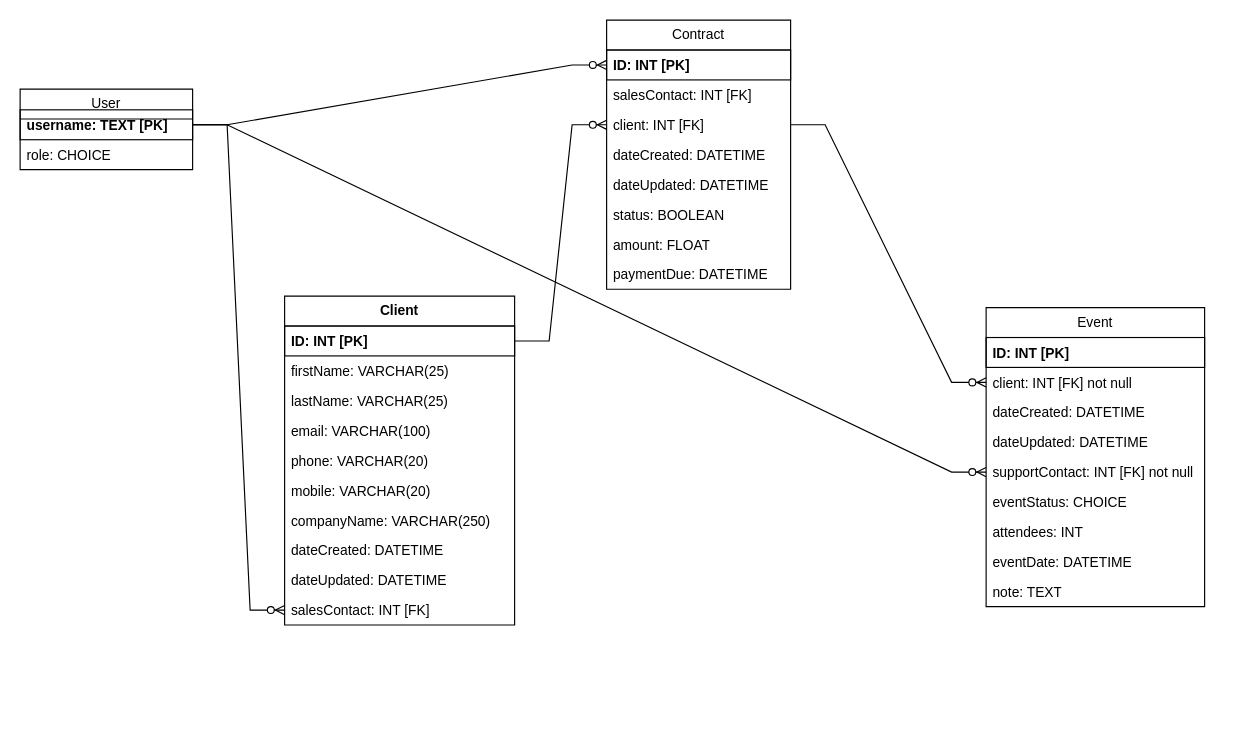
The draw.io diagram Diagramme ER.drawio in gmaOCR/TP12, before the edit. Source tidied: cells renumbered, new cells numbered last; positions are measured from the earlier drawing's top-left corner, leaving out a move shared by most shapes. Both pictures are drawn from the tidied source at 115%, with x=0, y=0 at pixel (20, 20).
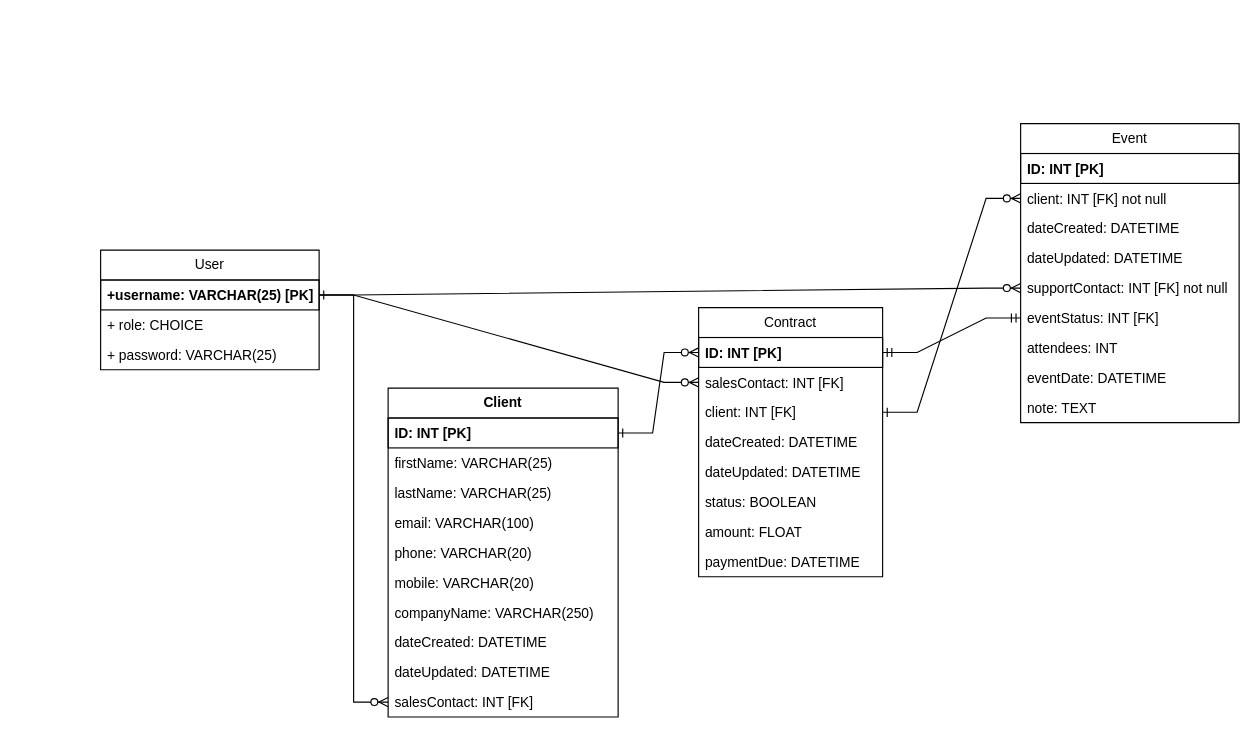
Above is the later version.

Commit message:
Mettre à jour Diagramme ER.drawio

The change refers to these unchanged cells:
```xml
<mxCell id="7" value="client: INT [FK] not null" style="text;strokeColor=none;fillColor=none;align=left;verticalAlign=top;spacingLeft=4;spacingRight=4;overflow=hidden;points=[[0,0.5],[1,0.5]];portConstraint=eastwest;whiteSpace=wrap;html=1;" parent="5" vertex="1">
  <mxGeometry y="52" width="190" height="26" as="geometry" />
</mxCell>
<mxCell id="10" value="supportContact: INT [FK] not null" style="text;strokeColor=none;fillColor=none;align=left;verticalAlign=top;spacingLeft=4;spacingRight=4;overflow=hidden;points=[[0,0.5],[1,0.5]];portConstraint=eastwest;whiteSpace=wrap;html=1;" parent="5" vertex="1">
  <mxGeometry y="130" width="190" height="26" as="geometry" />
</mxCell>
<mxCell id="16" value="&lt;b&gt;ID: INT [PK]&lt;/b&gt;" style="text;strokeColor=default;fillColor=none;align=left;verticalAlign=top;spacingLeft=4;spacingRight=4;overflow=hidden;points=[[0,0.5],[1,0.5]];portConstraint=eastwest;whiteSpace=wrap;html=1;" parent="15" vertex="1">
  <mxGeometry y="26" width="160" height="26" as="geometry" />
</mxCell>
<mxCell id="17" value="salesContact: INT [FK]" style="text;strokeColor=none;fillColor=none;align=left;verticalAlign=top;spacingLeft=4;spacingRight=4;overflow=hidden;points=[[0,0.5],[1,0.5]];portConstraint=eastwest;whiteSpace=wrap;html=1;" parent="15" vertex="1">
  <mxGeometry y="52" width="160" height="26" as="geometry" />
</mxCell>
<mxCell id="18" value="client: INT [FK]" style="text;strokeColor=none;fillColor=none;align=left;verticalAlign=top;spacingLeft=4;spacingRight=4;overflow=hidden;points=[[0,0.5],[1,0.5]];portConstraint=eastwest;whiteSpace=wrap;html=1;" parent="15" vertex="1">
  <mxGeometry y="78" width="160" height="26" as="geometry" />
</mxCell>
<mxCell id="25" value="&lt;b&gt;ID: INT [PK]&lt;/b&gt;" style="text;strokeColor=default;fillColor=none;align=left;verticalAlign=top;spacingLeft=4;spacingRight=4;overflow=hidden;points=[[0,0.5],[1,0.5]];portConstraint=eastwest;whiteSpace=wrap;html=1;" parent="24" vertex="1">
  <mxGeometry y="26" width="200" height="26" as="geometry" />
</mxCell>
<mxCell id="34" value="salesContact: INT [FK]" style="text;strokeColor=none;fillColor=none;align=left;verticalAlign=top;spacingLeft=4;spacingRight=4;overflow=hidden;points=[[0,0.5],[1,0.5]];portConstraint=eastwest;whiteSpace=wrap;html=1;" parent="24" vertex="1">
  <mxGeometry y="260" width="200" height="26" as="geometry" />
</mxCell>
```

The edit, as a diff of the source:
```diff
@@
-    <mxCell id="2" value="User" style="swimlane;fontStyle=0;horizontal=1;startSize=26;fillColor=none;whiteSpace=wrap;html=1;" parent="1" vertex="1">
-      <mxGeometry y="60" width="150" height="70" as="geometry" />
-    </mxCell>
-    <mxCell id="3" value="&lt;b&gt;username: TEXT [PK]&lt;/b&gt;" style="text;strokeColor=default;fillColor=none;align=left;verticalAlign=top;spacingLeft=4;spacingRight=4;overflow=hidden;points=[[0,0.5],[1,0.5]];portConstraint=eastwest;whiteSpace=wrap;html=1;" parent="2" vertex="1">
-      <mxGeometry y="18" width="150" height="26" as="geometry" />
-    </mxCell>
-    <mxCell id="4" value="role: CHOICE" style="text;strokeColor=none;fillColor=none;align=left;verticalAlign=top;spacingLeft=4;spacingRight=4;overflow=hidden;whiteSpace=wrap;html=1;" parent="2" vertex="1">
-      <mxGeometry y="44" width="150" height="26" as="geometry" />
-    </mxCell>
     <mxCell id="5" value="Event" style="swimlane;fontStyle=0;horizontal=1;startSize=26;fillColor=none;whiteSpace=wrap;html=1;" parent="1" vertex="1">
-      <mxGeometry x="840" y="250" width="190" height="260" as="geometry" />
+      <mxGeometry x="870" y="90" width="190" height="260" as="geometry" />
     </mxCell>
@@
-    <mxCell id="11" value="eventStatus: CHOICE" style="text;strokeColor=none;fillColor=none;align=left;verticalAlign=top;spacingLeft=4;spacingRight=4;overflow=hidden;points=[[0,0.5],[1,0.5]];portConstraint=eastwest;whiteSpace=wrap;html=1;" parent="5" vertex="1">
+    <mxCell id="11" value="eventStatus: INT [FK]" style="text;strokeColor=none;fillColor=none;align=left;verticalAlign=top;spacingLeft=4;spacingRight=4;overflow=hidden;points=[[0,0.5],[1,0.5]];portConstraint=eastwest;whiteSpace=wrap;html=1;" parent="5" vertex="1">
       <mxGeometry y="156" width="190" height="26" as="geometry" />
     </mxCell>
@@
     <mxCell id="15" value="Contract" style="swimlane;fontStyle=0;horizontal=1;startSize=26;fillColor=none;whiteSpace=wrap;html=1;" parent="1" vertex="1">
-      <mxGeometry x="510" width="160" height="234" as="geometry" />
+      <mxGeometry x="590" y="250" width="160" height="234" as="geometry" />
     </mxCell>
@@
     <mxCell id="24" value="&lt;b&gt;Client&lt;/b&gt;" style="swimlane;fontStyle=0;horizontal=1;startSize=26;fillColor=none;whiteSpace=wrap;html=1;" parent="1" vertex="1">
-      <mxGeometry x="230" y="240" width="200" height="286" as="geometry" />
+      <mxGeometry x="320" y="320" width="200" height="286" as="geometry" />
     </mxCell>
@@
-    <mxCell id="35" style="edgeStyle=entityRelationEdgeStyle;fontSize=12;html=1;endArrow=ERzeroToMany;endFill=1;rounded=0;entryX=0;entryY=0.5;entryDx=0;entryDy=0;exitX=1;exitY=0.5;exitDx=0;exitDy=0;" parent="1" edge="1" source="3" target="16">
-      <mxGeometry relative="1" as="geometry" />
-    </mxCell>
-    <mxCell id="36" style="edgeStyle=entityRelationEdgeStyle;fontSize=12;html=1;endArrow=ERzeroToMany;endFill=1;rounded=0;exitX=1;exitY=0.5;exitDx=0;exitDy=0;entryX=0;entryY=0.5;entryDx=0;entryDy=0;" parent="1" edge="1" source="3" target="34">
+    <mxCell id="36" style="edgeStyle=entityRelationEdgeStyle;fontSize=12;html=1;endArrow=ERzeroToMany;endFill=1;rounded=0;exitX=1;exitY=0.5;exitDx=0;exitDy=0;entryX=0;entryY=0.5;entryDx=0;entryDy=0;startArrow=ERone;startFill=0;" parent="1" edge="1" source="41" target="34">
       <mxGeometry relative="1" as="geometry" />
     </mxCell>
-    <mxCell id="37" style="edgeStyle=entityRelationEdgeStyle;fontSize=12;html=1;endArrow=ERzeroToMany;endFill=1;rounded=0;entryX=0;entryY=0.5;entryDx=0;entryDy=0;" parent="1" edge="1" source="25" target="18">
-      <mxGeometry relative="1" as="geometry" />
-    </mxCell>
-    <mxCell id="38" style="edgeStyle=entityRelationEdgeStyle;fontSize=12;html=1;endArrow=ERzeroToMany;endFill=1;rounded=0;exitX=1;exitY=0.5;exitDx=0;exitDy=0;" parent="1" edge="1" source="18" target="7">
+    <mxCell id="38" style="edgeStyle=entityRelationEdgeStyle;fontSize=12;html=1;endArrow=ERzeroToMany;endFill=1;rounded=0;exitX=1;exitY=0.5;exitDx=0;exitDy=0;startArrow=ERone;startFill=0;" parent="1" edge="1" source="18" target="7">
       <mxGeometry relative="1" as="geometry" />
     </mxCell>
-    <mxCell id="39" style="edgeStyle=entityRelationEdgeStyle;fontSize=12;html=1;endArrow=ERzeroToMany;endFill=1;rounded=0;exitX=1;exitY=0.5;exitDx=0;exitDy=0;" parent="1" edge="1" source="3" target="10">
+    <mxCell id="39" style="edgeStyle=entityRelationEdgeStyle;fontSize=12;html=1;endArrow=ERzeroToMany;endFill=1;rounded=0;exitX=1;exitY=0.5;exitDx=0;exitDy=0;" parent="1" edge="1" source="41" target="10">
       <mxGeometry relative="1" as="geometry" />
     </mxCell>
+    <mxCell id="40" style="edgeStyle=entityRelationEdgeStyle;fontSize=12;html=1;endArrow=ERzeroToMany;endFill=1;rounded=0;entryX=0;entryY=0.5;entryDx=0;entryDy=0;" parent="1" edge="1" source="41" target="17">
+      <mxGeometry relative="1" as="geometry" />
+    </mxCell>
+    <mxCell id="2" value="User" style="swimlane;fontStyle=0;horizontal=1;startSize=26;fillColor=none;whiteSpace=wrap;html=1;" parent="1" vertex="1">
+      <mxGeometry x="70" y="200" width="190" height="104" as="geometry" />
+    </mxCell>
+    <mxCell id="41" value="&lt;b&gt;+username: &lt;/b&gt;&lt;b&gt;VARCHAR(25)&lt;/b&gt;&lt;b&gt; [PK]&lt;/b&gt;" style="text;strokeColor=default;fillColor=none;align=left;verticalAlign=top;spacingLeft=4;spacingRight=4;overflow=hidden;points=[[0,0.5],[1,0.5]];portConstraint=eastwest;whiteSpace=wrap;html=1;" parent="2" vertex="1">
+      <mxGeometry y="26" width="190" height="26" as="geometry" />
+    </mxCell>
+    <mxCell id="42" value="+ role: CHOICE" style="text;strokeColor=none;fillColor=none;align=left;verticalAlign=top;spacingLeft=4;spacingRight=4;overflow=hidden;whiteSpace=wrap;html=1;" parent="2" vertex="1">
+      <mxGeometry y="52" width="190" height="26" as="geometry" />
+    </mxCell>
+    <mxCell id="43" value="&lt;div&gt;+ password: VARCHAR(25)&lt;/div&gt;" style="text;strokeColor=none;fillColor=none;align=left;verticalAlign=top;spacingLeft=4;spacingRight=4;overflow=hidden;whiteSpace=wrap;html=1;" parent="2" vertex="1">
+      <mxGeometry y="78" width="190" height="26" as="geometry" />
+    </mxCell>
+    <mxCell id="44" style="edgeStyle=entityRelationEdgeStyle;fontSize=12;html=1;endArrow=ERzeroToMany;endFill=1;rounded=0;entryX=0;entryY=0.5;entryDx=0;entryDy=0;strokeColor=default;exitX=1;exitY=0.5;exitDx=0;exitDy=0;startArrow=ERone;startFill=0;" parent="1" edge="1" source="25" target="16">
+      <mxGeometry relative="1" as="geometry" />
+    </mxCell>
+    <mxCell id="45" style="edgeStyle=entityRelationEdgeStyle;fontSize=12;html=1;endArrow=ERmandOne;startArrow=ERmandOne;rounded=0;entryX=0;entryY=0.5;entryDx=0;entryDy=0;exitX=1;exitY=0.5;exitDx=0;exitDy=0;" parent="1" edge="1" source="16" target="11">
+      <mxGeometry relative="1" as="geometry" />
+    </mxCell>
```
